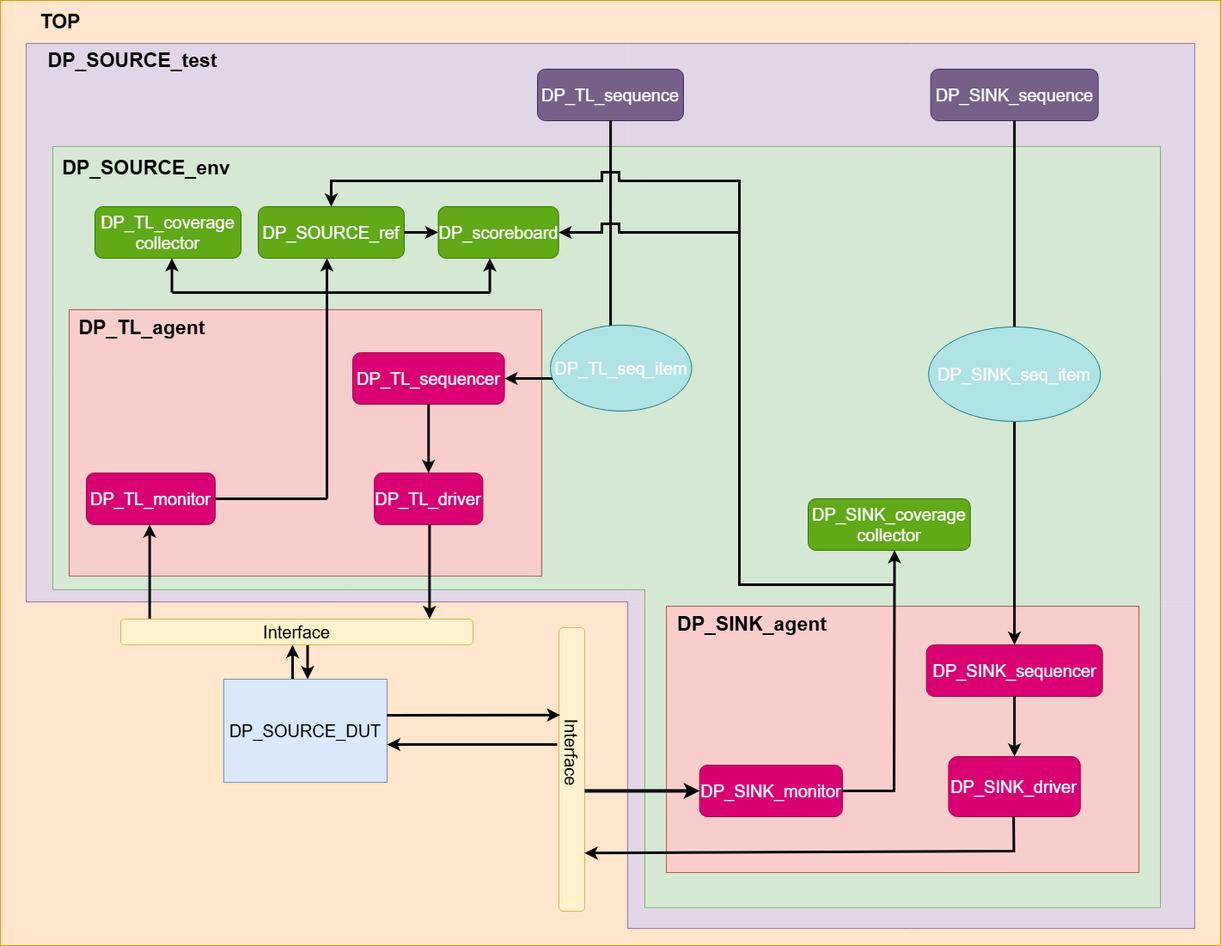
amira630/DP_Verification keeps this draw.io diagram as Pictures/Verification_Architecture_DP.drawio.png. Above is the earlier version. Source tidied: cells renumbered, new cells last; positions are measured from the earlier drawing's top-left corner, leaving out a move shared by most shapes.
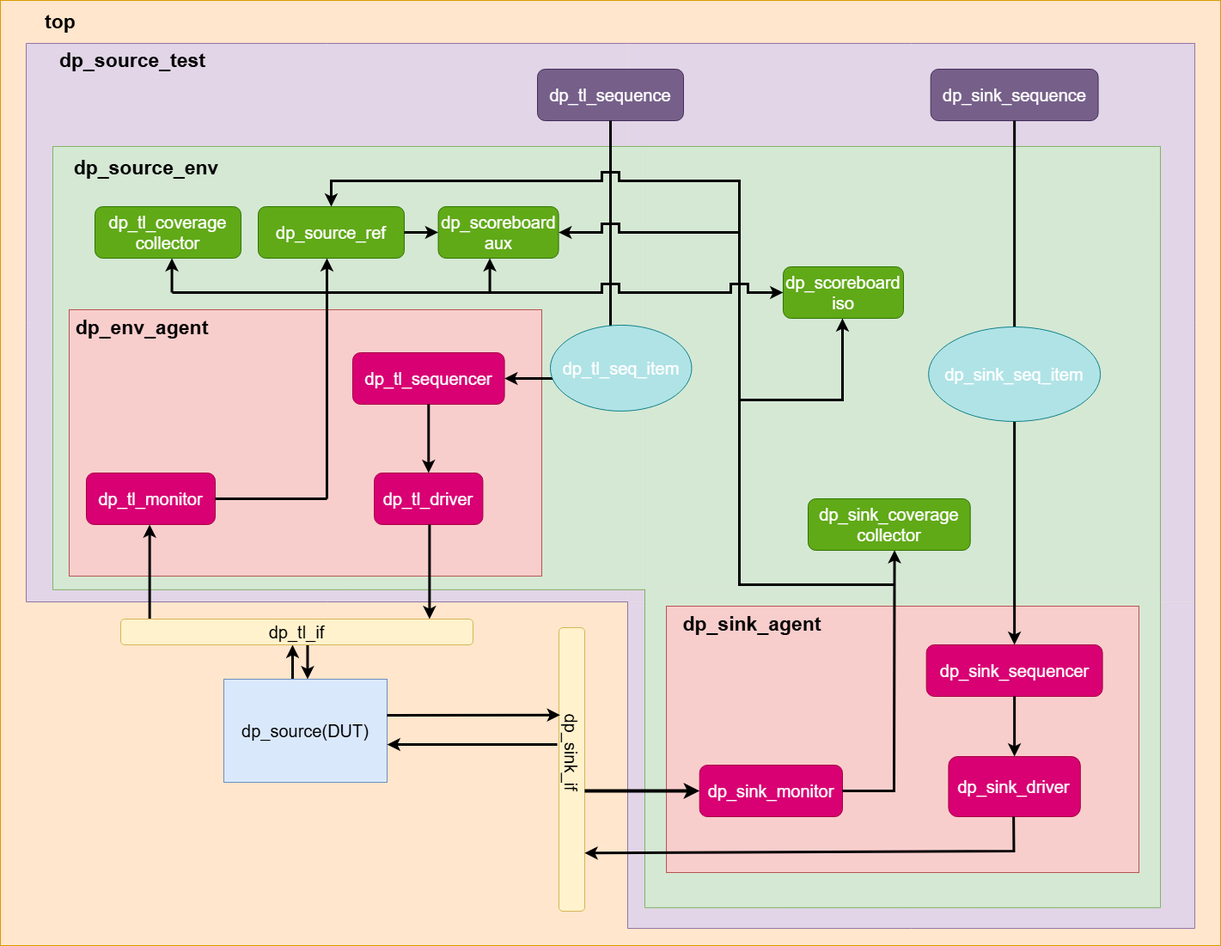
Above is the later version.

Change to the diagram source:
```diff
@@ -20,10 +20,10 @@
     <mxCell id="7" style="shape=partialRectangle;whiteSpace=wrap;html=1;bottom=1;right=1;left=1;top=0;fillColor=#e1d5e7;routingCenterX=-0.5;direction=south;strokeColor=#9673a6;align=center;verticalAlign=middle;fontFamily=Helvetica;fontSize=12;fontColor=default;rounded=0;" parent="4" vertex="1">
       <mxGeometry width="700" height="650" as="geometry" />
     </mxCell>
-    <mxCell id="8" value="&lt;font style=&quot;font-size: 20px;&quot;&gt;DP_TL_sequence&lt;/font&gt;" style="rounded=1;whiteSpace=wrap;html=1;fillColor=#76608a;fontColor=#ffffff;strokeColor=#432D57;" parent="4" vertex="1">
+    <mxCell id="8" value="&lt;font style=&quot;font-size: 20px;&quot;&gt;dp_tl_sequence&lt;/font&gt;" style="rounded=1;whiteSpace=wrap;html=1;fillColor=#76608a;fontColor=#ffffff;strokeColor=#432D57;" parent="4" vertex="1">
       <mxGeometry x="595" y="30" width="170" height="60" as="geometry" />
     </mxCell>
-    <mxCell id="9" value="&lt;font style=&quot;font-size: 20px;&quot;&gt;DP_SINK_sequence&lt;/font&gt;" style="rounded=1;whiteSpace=wrap;html=1;fillColor=#76608a;fontColor=#ffffff;strokeColor=#432D57;" parent="4" vertex="1">
+    <mxCell id="9" value="&lt;font style=&quot;font-size: 20px;&quot;&gt;dp_sink_sequence&lt;/font&gt;" style="rounded=1;whiteSpace=wrap;html=1;fillColor=#76608a;fontColor=#ffffff;strokeColor=#432D57;" parent="4" vertex="1">
       <mxGeometry x="1052.7" y="30" width="194.9" height="60" as="geometry" />
     </mxCell>
     <mxCell id="10" style="shape=partialRectangle;whiteSpace=wrap;html=1;bottom=0;right=0;fillColor=#d5e8d4;direction=south;strokeColor=#82b366;align=center;verticalAlign=middle;fontFamily=Helvetica;fontSize=12;fontColor=default;" parent="4" vertex="1">
@@ -32,19 +32,22 @@
     <mxCell id="11" style="shape=partialRectangle;whiteSpace=wrap;html=1;bottom=1;right=1;left=1;top=0;fillColor=#d5e8d4;routingCenterX=-0.5;strokeColor=#82b366;" parent="4" vertex="1">
       <mxGeometry x="720" y="635.9" width="600" height="370" as="geometry" />
     </mxCell>
+    <mxCell id="63" value="&lt;font style=&quot;font-size: 20px;&quot;&gt;dp_scoreboard&lt;br&gt;iso&lt;/font&gt;" style="rounded=1;whiteSpace=wrap;html=1;fillColor=#60a917;fontColor=#ffffff;strokeColor=#2D7600;" parent="4" vertex="1">
+      <mxGeometry x="881" y="260" width="140" height="60" as="geometry" />
+    </mxCell>
     <mxCell id="12" style="group;" parent="2" vertex="1">
       <mxGeometry x="61" y="170" width="1289" height="880" as="geometry" />
     </mxCell>
     <mxCell id="13" style="shape=partialRectangle;whiteSpace=wrap;html=1;bottom=1;right=1;left=1;top=0;fillColor=#d5e8d4;routingCenterX=-0.5;direction=south;strokeColor=#82b366;align=center;verticalAlign=middle;fontFamily=Helvetica;fontSize=12;fontColor=default;" parent="12" vertex="1">
       <mxGeometry width="689" height="515.9" as="geometry" />
     </mxCell>
-    <mxCell id="14" value="&lt;font style=&quot;font-size: 23px;&quot;&gt;&lt;b&gt;DP_SOURCE_env&lt;/b&gt;&lt;/font&gt;" style="text;html=1;align=center;verticalAlign=middle;whiteSpace=wrap;rounded=0;" parent="12" vertex="1">
+    <mxCell id="14" value="&lt;font style=&quot;font-size: 23px;&quot;&gt;&lt;b&gt;dp_source_env&lt;/b&gt;&lt;/font&gt;" style="text;html=1;align=center;verticalAlign=middle;whiteSpace=wrap;rounded=0;" parent="12" vertex="1">
       <mxGeometry x="9" width="200" height="50" as="geometry" />
     </mxCell>
     <mxCell id="15" style="rounded=0;whiteSpace=wrap;html=1;fillColor=#f8cecc;strokeColor=#b85450;rotation=0;" parent="12" vertex="1">
       <mxGeometry x="714" y="535" width="550" height="310" as="geometry" />
     </mxCell>
-    <mxCell id="16" value="&lt;font style=&quot;font-size: 23px;&quot;&gt;&lt;b&gt;DP_SINK_agent&lt;/b&gt;&lt;/font&gt;" style="text;html=1;align=center;verticalAlign=middle;whiteSpace=wrap;rounded=0;rotation=0;" parent="12" vertex="1">
+    <mxCell id="16" value="&lt;font style=&quot;font-size: 23px;&quot;&gt;&lt;b&gt;dp_sink_agent&lt;/b&gt;&lt;/font&gt;" style="text;html=1;align=center;verticalAlign=middle;whiteSpace=wrap;rounded=0;rotation=0;" parent="12" vertex="1">
       <mxGeometry x="729" y="540" width="170" height="32" as="geometry" />
     </mxCell>
     <mxCell id="17" style="endArrow=classic;html=1;rounded=0;entryX=0.5;entryY=0;entryDx=0;entryDy=0;strokeWidth=3;" parent="12" edge="1" target="48">
@@ -62,10 +65,25 @@
         </Array>
       </mxGeometry>
     </mxCell>
+    <mxCell id="64" style="endArrow=classic;html=1;rounded=0;entryX=0;entryY=0.5;entryDx=0;entryDy=0;strokeWidth=3;" parent="12" edge="1" target="63">
+      <mxGeometry relative="1" as="geometry">
+        <mxPoint x="506" y="170" as="sourcePoint" />
+        <Array as="points">
+          <mxPoint x="639" y="170" />
+          <mxPoint x="639" y="160" />
+          <mxPoint x="659" y="160" />
+          <mxPoint x="659" y="170" />
+          <mxPoint x="789" y="170" />
+          <mxPoint x="789" y="160" />
+          <mxPoint x="809" y="160" />
+          <mxPoint x="809" y="170" />
+        </Array>
+      </mxGeometry>
+    </mxCell>
-    <mxCell id="18" value="&lt;span style=&quot;font-size: 23px;&quot;&gt;&lt;b&gt;TOP&lt;/b&gt;&lt;/span&gt;" style="text;html=1;align=center;verticalAlign=middle;whiteSpace=wrap;rounded=0;" parent="2" vertex="1">
+    <mxCell id="18" value="&lt;span style=&quot;font-size: 23px;&quot;&gt;&lt;b&gt;top&lt;/b&gt;&lt;/span&gt;" style="text;html=1;align=center;verticalAlign=middle;whiteSpace=wrap;rounded=0;" parent="2" vertex="1">
       <mxGeometry x="40" y="10" width="60" height="30" as="geometry" />
     </mxCell>
-    <mxCell id="19" value="&lt;font style=&quot;font-size: 23px;&quot;&gt;&lt;b&gt;DP_SOURCE_test&lt;/b&gt;&lt;/font&gt;" style="text;html=1;align=center;verticalAlign=middle;whiteSpace=wrap;rounded=0;" parent="2" vertex="1">
+    <mxCell id="19" value="&lt;font style=&quot;font-size: 23px;&quot;&gt;&lt;b&gt;dp_source_test&lt;/b&gt;&lt;/font&gt;" style="text;html=1;align=center;verticalAlign=middle;whiteSpace=wrap;rounded=0;" parent="2" vertex="1">
       <mxGeometry x="51" y="60" width="206" height="20" as="geometry" />
     </mxCell>
     <mxCell id="20" style="group;" parent="2" vertex="1">
@@ -74,16 +92,16 @@
     <mxCell id="21" style="rounded=0;whiteSpace=wrap;html=1;fillColor=#f8cecc;strokeColor=#b85450;" parent="20" vertex="1">
       <mxGeometry width="550" height="310" as="geometry" />
     </mxCell>
-    <mxCell id="22" value="&lt;font style=&quot;font-size: 23px;&quot;&gt;&lt;b&gt;DP_TL_agent&lt;/b&gt;&lt;/font&gt;" style="text;html=1;align=center;verticalAlign=middle;whiteSpace=wrap;rounded=0;" parent="20" vertex="1">
+    <mxCell id="22" value="&lt;font style=&quot;font-size: 23px;&quot;&gt;&lt;b&gt;dp_env_agent&lt;/b&gt;&lt;/font&gt;" style="text;html=1;align=center;verticalAlign=middle;whiteSpace=wrap;rounded=0;" parent="20" vertex="1">
       <mxGeometry x="-50" width="270" height="42.2" as="geometry" />
     </mxCell>
-    <mxCell id="23" value="&lt;font style=&quot;font-size: 20px;&quot;&gt;DP_TL_driver&lt;/font&gt;" style="rounded=1;whiteSpace=wrap;html=1;fillColor=#d80073;fontColor=#ffffff;strokeColor=#A50040;" parent="20" vertex="1">
+    <mxCell id="23" value="&lt;font style=&quot;font-size: 20px;&quot;&gt;dp_tl_driver&lt;/font&gt;" style="rounded=1;whiteSpace=wrap;html=1;fillColor=#d80073;fontColor=#ffffff;strokeColor=#A50040;" parent="20" vertex="1">
       <mxGeometry x="355.1" y="190" width="126.3" height="60" as="geometry" />
     </mxCell>
-    <mxCell id="24" value="&lt;font style=&quot;font-size: 20px;&quot;&gt;DP_TL_sequencer&lt;/font&gt;" style="rounded=1;whiteSpace=wrap;html=1;fillColor=#d80073;strokeColor=#A50040;fontColor=#ffffff;" parent="20" vertex="1">
+    <mxCell id="24" value="&lt;font style=&quot;font-size: 20px;&quot;&gt;dp_tl_sequencer&lt;/font&gt;" style="rounded=1;whiteSpace=wrap;html=1;fillColor=#d80073;strokeColor=#A50040;fontColor=#ffffff;" parent="20" vertex="1">
       <mxGeometry x="330" y="50" width="176.6" height="60" as="geometry" />
     </mxCell>
-    <mxCell id="25" value="&lt;font style=&quot;font-size: 20px;&quot;&gt;DP_TL_monitor&lt;/font&gt;" style="rounded=1;whiteSpace=wrap;html=1;fillColor=#d80073;fontColor=#ffffff;strokeColor=#A50040;" parent="20" vertex="1">
+    <mxCell id="25" value="&lt;font style=&quot;font-size: 20px;&quot;&gt;dp_tl_monitor&lt;/font&gt;" style="rounded=1;whiteSpace=wrap;html=1;fillColor=#d80073;fontColor=#ffffff;strokeColor=#A50040;" parent="20" vertex="1">
       <mxGeometry x="20" y="190" width="150" height="60" as="geometry" />
     </mxCell>
     <mxCell id="26" style="endArrow=none;html=1;rounded=0;strokeWidth=3;" parent="20" edge="1">
@@ -113,7 +131,16 @@
         <mxPoint x="300" y="-20" as="targetPoint" />
       </mxGeometry>
     </mxCell>
+    <mxCell id="65" style="endArrow=classic;html=1;rounded=0;strokeWidth=3;" parent="20" edge="1">
+      <mxGeometry relative="1" as="geometry">
+        <mxPoint x="780" y="105" as="sourcePoint" />
+        <mxPoint x="900" y="10" as="targetPoint" />
+        <Array as="points">
+          <mxPoint x="900" y="105" />
+        </Array>
+      </mxGeometry>
+    </mxCell>
-    <mxCell id="31" value="&lt;font style=&quot;font-size: 20px;&quot;&gt;DP_scoreboard&lt;/font&gt;" style="rounded=1;whiteSpace=wrap;html=1;fillColor=#60a917;fontColor=#ffffff;strokeColor=#2D7600;" parent="2" vertex="1">
+    <mxCell id="31" value="&lt;font style=&quot;font-size: 20px;&quot;&gt;dp_scoreboard&lt;br&gt;aux&lt;/font&gt;" style="rounded=1;whiteSpace=wrap;html=1;fillColor=#60a917;fontColor=#ffffff;strokeColor=#2D7600;" parent="2" vertex="1">
       <mxGeometry x="509.6" y="240" width="140" height="60" as="geometry" />
     </mxCell>
     <mxCell id="32" style="group;" parent="2" vertex="1">
@@ -165,10 +192,10 @@
         <mxPoint x="80" as="targetPoint" />
       </mxGeometry>
     </mxCell>
-    <mxCell id="41" value="&lt;font style=&quot;font-size: 20px;&quot;&gt;DP_SOURCE_DUT&lt;/font&gt;" style="rounded=0;whiteSpace=wrap;html=1;fillColor=#dae8fc;strokeColor=#6c8ebf;" parent="38" vertex="1">
+    <mxCell id="41" value="&lt;span style=&quot;font-size: 20px;&quot;&gt;dp_source(DUT)&lt;/span&gt;" style="rounded=0;whiteSpace=wrap;html=1;fillColor=#dae8fc;strokeColor=#6c8ebf;" parent="38" vertex="1">
       <mxGeometry y="40" width="190" height="120" as="geometry" />
     </mxCell>
-    <mxCell id="42" value="&lt;font style=&quot;font-size: 20px;&quot;&gt;Interface&lt;/font&gt;" style="rounded=1;whiteSpace=wrap;html=1;fillColor=#fff2cc;strokeColor=#d6b656;" parent="2" vertex="1">
+    <mxCell id="42" value="&lt;font style=&quot;font-size: 20px;&quot;&gt;dp_tl_if&lt;/font&gt;" style="rounded=1;whiteSpace=wrap;html=1;fillColor=#fff2cc;strokeColor=#d6b656;" parent="2" vertex="1">
       <mxGeometry x="140" y="720" width="410" height="30" as="geometry" />
     </mxCell>
     <mxCell id="43" style="group;" parent="2" vertex="1">
@@ -177,7 +204,7 @@
     <mxCell id="44" style="rounded=1;whiteSpace=wrap;html=1;fillColor=#fff2cc;strokeColor=#d6b656;rotation=0;direction=south;" parent="43" vertex="1">
       <mxGeometry y="20" width="30" height="330" as="geometry" />
     </mxCell>
-    <mxCell id="45" value="&lt;font style=&quot;font-size: 20px;&quot;&gt;Interface&lt;/font&gt;" style="text;html=1;align=center;verticalAlign=middle;whiteSpace=wrap;rounded=0;direction=west;rotation=90;" parent="43" vertex="1">
+    <mxCell id="45" value="&lt;font style=&quot;font-size: 20px;&quot;&gt;dp_sink_if&lt;/font&gt;" style="text;html=1;align=center;verticalAlign=middle;whiteSpace=wrap;rounded=0;direction=west;rotation=90;" parent="43" vertex="1">
       <mxGeometry x="-27.5" y="152.9" width="85" height="24.1" as="geometry" />
     </mxCell>
     <mxCell id="46" style="endArrow=classic;html=1;rounded=0;exitX=0.44;exitY=1.027;exitDx=0;exitDy=0;exitPerimeter=0;strokeWidth=3;entryX=0.308;entryY=0.952;entryDx=0;entryDy=0;entryPerimeter=0;" parent="2" edge="1" target="44">
@@ -191,19 +218,19 @@
         <mxPoint x="450" y="866" as="targetPoint" />
       </mxGeometry>
     </mxCell>
-    <mxCell id="48" value="&lt;font style=&quot;font-size: 20px;&quot;&gt;DP_SOURCE_ref&lt;/font&gt;" style="rounded=1;whiteSpace=wrap;html=1;fillColor=#60a917;fontColor=#ffffff;strokeColor=#2D7600;" parent="2" vertex="1">
+    <mxCell id="48" value="&lt;font style=&quot;font-size: 20px;&quot;&gt;dp_source_ref&lt;/font&gt;" style="rounded=1;whiteSpace=wrap;html=1;fillColor=#60a917;fontColor=#ffffff;strokeColor=#2D7600;" parent="2" vertex="1">
       <mxGeometry x="300" y="240" width="170" height="60" as="geometry" />
     </mxCell>
-    <mxCell id="49" value="&lt;font style=&quot;font-size: 20px;&quot;&gt;DP_SINK_coverage collector&lt;/font&gt;" style="rounded=1;whiteSpace=wrap;html=1;fillColor=#60a917;fontColor=#ffffff;strokeColor=#2D7600;rotation=0;" parent="2" vertex="1">
+    <mxCell id="49" value="&lt;font style=&quot;font-size: 20px;&quot;&gt;dp_sink_coverage collector&lt;/font&gt;" style="rounded=1;whiteSpace=wrap;html=1;fillColor=#60a917;fontColor=#ffffff;strokeColor=#2D7600;rotation=0;" parent="2" vertex="1">
       <mxGeometry x="940" y="580" width="188.7" height="60" as="geometry" />
     </mxCell>
-    <mxCell id="50" value="&lt;font style=&quot;font-size: 20px;&quot;&gt;DP_SINK_driver&lt;/font&gt;" style="rounded=1;whiteSpace=wrap;html=1;fillColor=#d80073;fontColor=#ffffff;strokeColor=#A50040;rotation=0;" parent="2" vertex="1">
+    <mxCell id="50" value="&lt;font style=&quot;font-size: 20px;&quot;&gt;dp_sink_driver&lt;/font&gt;" style="rounded=1;whiteSpace=wrap;html=1;fillColor=#d80073;fontColor=#ffffff;strokeColor=#A50040;rotation=0;" parent="2" vertex="1">
       <mxGeometry x="1103.5" y="880" width="153.4" height="70" as="geometry" />
     </mxCell>
-    <mxCell id="51" value="&lt;font style=&quot;font-size: 20px;&quot;&gt;DP_SINK_sequencer&lt;/font&gt;" style="rounded=1;whiteSpace=wrap;html=1;fillColor=#d80073;fontColor=#ffffff;strokeColor=#A50040;rotation=0;" parent="2" vertex="1">
+    <mxCell id="51" value="&lt;font style=&quot;font-size: 20px;&quot;&gt;dp_sink_sequencer&lt;/font&gt;" style="rounded=1;whiteSpace=wrap;html=1;fillColor=#d80073;fontColor=#ffffff;strokeColor=#A50040;rotation=0;" parent="2" vertex="1">
       <mxGeometry x="1077.7" y="750" width="204.9" height="60" as="geometry" />
     </mxCell>
-    <mxCell id="52" value="&lt;font style=&quot;font-size: 20px;&quot;&gt;DP_SINK_monitor&lt;/font&gt;" style="rounded=1;whiteSpace=wrap;html=1;fillColor=#d80073;fontColor=#ffffff;strokeColor=#A50040;rotation=0;" parent="2" vertex="1">
+    <mxCell id="52" value="&lt;font style=&quot;font-size: 20px;&quot;&gt;dp_sink_monitor&lt;/font&gt;" style="rounded=1;whiteSpace=wrap;html=1;fillColor=#d80073;fontColor=#ffffff;strokeColor=#A50040;rotation=0;" parent="2" vertex="1">
       <mxGeometry x="813.7" y="890" width="166.3" height="60" as="geometry" />
     </mxCell>
     <mxCell id="53" style="endArrow=classic;html=1;rounded=0;entryX=0.795;entryY=0.005;entryDx=0;entryDy=0;entryPerimeter=0;strokeWidth=3;" parent="2" edge="1" target="44">
@@ -230,7 +257,7 @@
     <mxCell id="57" style="endArrow=classic;html=1;rounded=0;entryX=0;entryY=0.5;entryDx=0;entryDy=0;exitX=0.576;exitY=0.002;exitDx=0;exitDy=0;exitPerimeter=0;strokeWidth=4;" parent="2" edge="1" source="44" target="52">
       <mxGeometry relative="1" as="geometry" />
     </mxCell>
-    <mxCell id="58" value="&lt;font style=&quot;font-size: 20px;&quot;&gt;DP_TL_coverage collector&lt;/font&gt;" style="rounded=1;whiteSpace=wrap;html=1;fillColor=#60a917;fontColor=#ffffff;strokeColor=#2D7600;" parent="2" vertex="1">
+    <mxCell id="58" value="&lt;font style=&quot;font-size: 20px;&quot;&gt;dp_tl_coverage collector&lt;/font&gt;" style="rounded=1;whiteSpace=wrap;html=1;fillColor=#60a917;fontColor=#ffffff;strokeColor=#2D7600;" parent="2" vertex="1">
       <mxGeometry x="110" y="240" width="170" height="60" as="geometry" />
     </mxCell>
     <mxCell id="59" style="endArrow=classic;html=1;rounded=0;entryX=0;entryY=0.5;entryDx=0;entryDy=0;strokeWidth=3;" parent="2" edge="1" target="31">
@@ -257,10 +284,10 @@
         </Array>
       </mxGeometry>
     </mxCell>
-    <mxCell id="61" value="&lt;font style=&quot;font-size: 20px;&quot;&gt;DP_TL_seq_item&lt;/font&gt;" style="ellipse;whiteSpace=wrap;html=1;fillColor=#b0e3e6;strokeColor=#0e8088;fontColor=#FFFFFF;" parent="1" vertex="1">
+    <mxCell id="61" value="&lt;font style=&quot;font-size: 20px;&quot;&gt;dp_tl_seq_item&lt;/font&gt;" style="ellipse;whiteSpace=wrap;html=1;fillColor=#b0e3e6;strokeColor=#0e8088;fontColor=#FFFFFF;" parent="1" vertex="1">
       <mxGeometry x="640" y="377.9" width="164.5" height="100" as="geometry" />
     </mxCell>
-    <mxCell id="62" value="&lt;font style=&quot;font-size: 20px;&quot;&gt;DP_SINK_seq_item&lt;/font&gt;" style="ellipse;whiteSpace=wrap;html=1;fillColor=#b0e3e6;strokeColor=#0e8088;fontColor=#FFFFFF;" parent="1" vertex="1">
+    <mxCell id="62" value="&lt;font style=&quot;font-size: 20px;&quot;&gt;dp_sink_seq_item&lt;/font&gt;" style="ellipse;whiteSpace=wrap;html=1;fillColor=#b0e3e6;strokeColor=#0e8088;fontColor=#FFFFFF;" parent="1" vertex="1">
       <mxGeometry x="1080.1" y="380" width="200" height="110" as="geometry" />
     </mxCell>
   </root>
```
